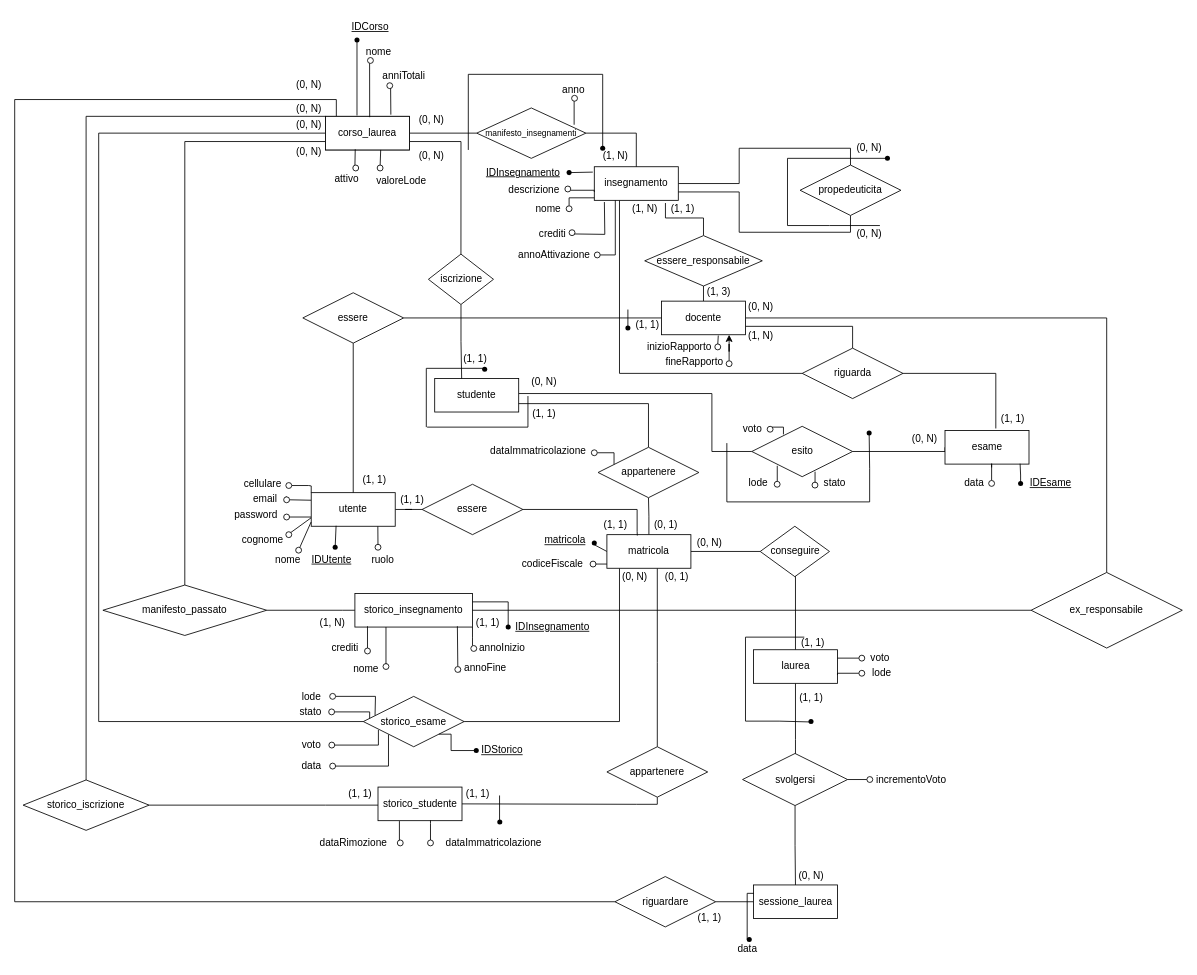
Above: page "ER Ristrutturato" (2 of 3) of uni.drawio in michelebolis/UniversityExamSystem (draw.io), before the change. Source tidied: cells renumbered, new cells numbered last; positions are measured from the earlier drawing's top-left corner, leaving out a move shared by most shapes. Both pictures are drawn from the tidied source at 84%, with x=0, y=0 at pixel (14, 14).
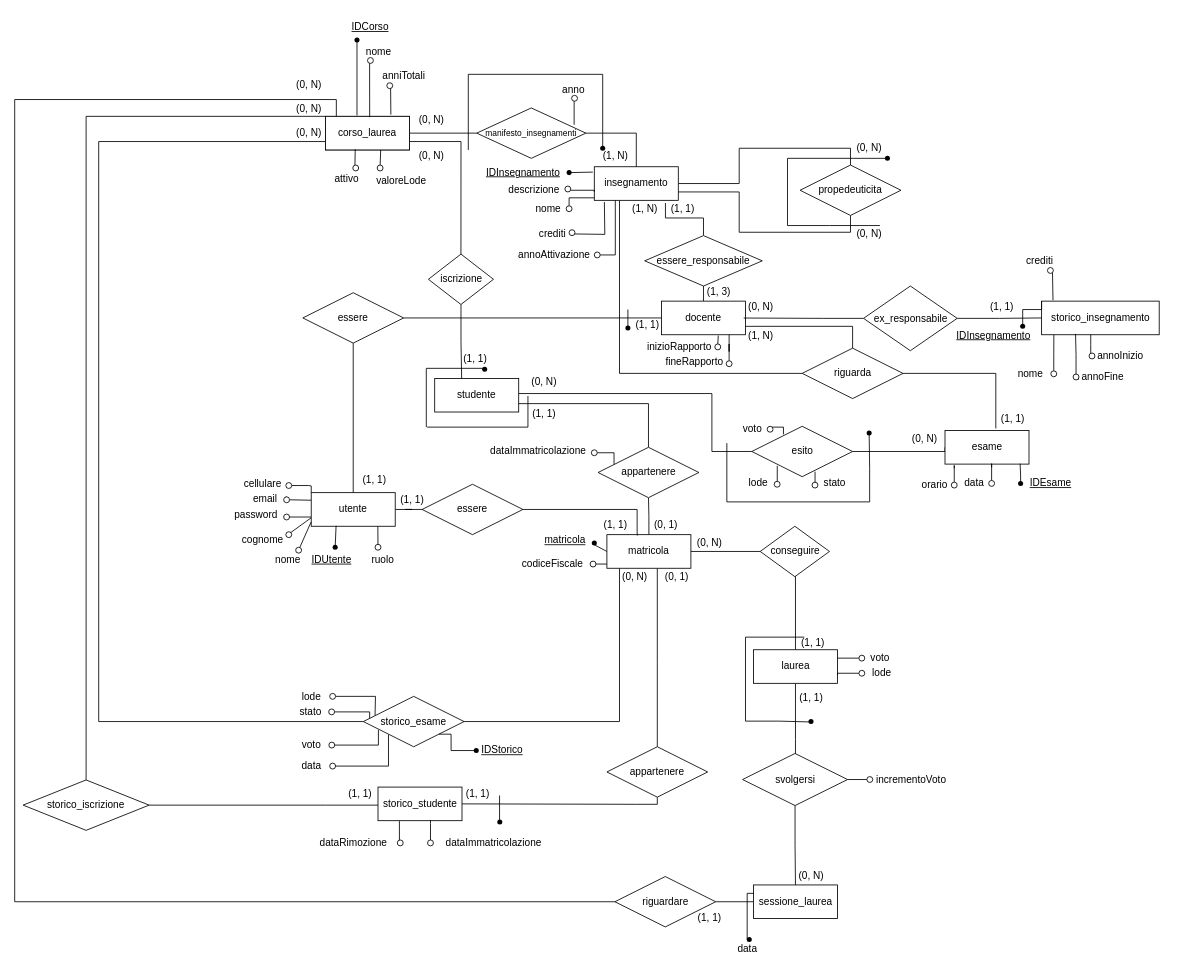
Above is the later version.

Unchanged cells that the change refers to:
```xml
<mxCell id="9" value="docente" style="whiteSpace=wrap;html=1;align=center;" parent="1" vertex="1">
  <mxGeometry x="770" y="341" width="100" height="40" as="geometry" />
</mxCell>
<mxCell id="13" value="Corso_Laurea" style="whiteSpace=wrap;html=1;align=center;" parent="1" vertex="1">
  <mxGeometry x="370" y="121" width="100" height="40" as="geometry" />
</mxCell>
<mxCell id="31" value="riguarda" style="shape=rhombus;perimeter=rhombusPerimeter;whiteSpace=wrap;html=1;align=center;" parent="1" vertex="1">
  <mxGeometry x="937.5" y="397" width="120" height="60" as="geometry" />
</mxCell>
<mxCell id="45" value="storico_esame" style="shape=rhombus;perimeter=rhombusPerimeter;whiteSpace=wrap;html=1;align=center;" parent="1" vertex="1">
  <mxGeometry x="415" y="811.5" width="120" height="60" as="geometry" />
</mxCell>
<mxCell id="109" value="(0, N)" style="text;html=1;align=center;verticalAlign=middle;points=[];strokeColor=none;fillColor=none;" parent="1" vertex="1">
  <mxGeometry x="863" y="333" width="50" height="30" as="geometry" />
</mxCell>
<mxCell id="143" value="corso_laurea" style="whiteSpace=wrap;html=1;align=center;" parent="1" vertex="1">
  <mxGeometry x="370" y="121" width="100" height="40" as="geometry" />
</mxCell>
<mxCell id="262" style="ellipse;whiteSpace=wrap;html=1;" parent="1" vertex="1">
  <mxGeometry x="847" y="412" width="7" height="7" as="geometry" />
</mxCell>
```

What changed in the source:
```diff
@@
-    <mxCell id="7" style="edgeStyle=orthogonalEdgeStyle;rounded=0;jettySize=auto;html=1;entryX=0.5;entryY=0;entryDx=0;entryDy=0;endArrow=none;endFill=0;" parent="1" edge="1" source="9" target="43">
-      <mxGeometry relative="1" as="geometry" />
-    </mxCell>
     <mxCell id="8" style="edgeStyle=orthogonalEdgeStyle;rounded=0;jettySize=auto;html=1;entryX=0.5;entryY=0;entryDx=0;entryDy=0;endArrow=none;endFill=0;" parent="1" edge="1" source="9" target="31">
       <mxGeometry relative="1" as="geometry">
         <Array as="points">
-          <mxPoint x="998" y="371" />
+          <mxPoint x="997" y="371" />
         </Array>
       </mxGeometry>
     </mxCell>
@@
-    <mxCell id="12" style="edgeStyle=orthogonalEdgeStyle;rounded=0;jettySize=auto;html=1;endArrow=none;endFill=0;exitX=0;exitY=0.75;exitDx=0;exitDy=0;" parent="1" edge="1" source="13" target="46">
-      <mxGeometry relative="1" as="geometry" />
-    </mxCell>
@@
-    <mxCell id="36" style="edgeStyle=orthogonalEdgeStyle;rounded=0;jettySize=auto;html=1;entryX=1;entryY=0.5;entryDx=0;entryDy=0;exitX=0;exitY=0.5;exitDx=0;exitDy=0;endArrow=none;endFill=0;" parent="1" edge="1" source="37" target="46">
-      <mxGeometry relative="1" as="geometry">
-        <Array as="points">
-          <mxPoint x="390" y="709" />
-          <mxPoint x="390" y="709" />
-        </Array>
-      </mxGeometry>
-    </mxCell>
-    <mxCell id="37" value="storico_insegnamento" style="whiteSpace=wrap;html=1;align=center;" parent="1" vertex="1">
-      <mxGeometry x="405" y="689" width="140" height="40" as="geometry" />
-    </mxCell>
@@
-    <mxCell id="42" style="edgeStyle=orthogonalEdgeStyle;rounded=0;jettySize=auto;html=1;entryX=1;entryY=0.5;entryDx=0;entryDy=0;endArrow=none;endFill=0;" parent="1" edge="1" source="43" target="37">
-      <mxGeometry relative="1" as="geometry" />
-    </mxCell>
-    <mxCell id="43" value="ex_responsabile" style="shape=rhombus;perimeter=rhombusPerimeter;whiteSpace=wrap;html=1;align=center;" parent="1" vertex="1">
-      <mxGeometry x="1210" y="664" width="180" height="90" as="geometry" />
-    </mxCell>
@@
-    <mxCell id="46" value="manifesto_passato" style="shape=rhombus;perimeter=rhombusPerimeter;whiteSpace=wrap;html=1;align=center;" parent="1" vertex="1">
-      <mxGeometry x="105" y="679" width="195" height="60" as="geometry" />
-    </mxCell>
@@
-    <mxCell id="49" value="(0, N)" style="text;html=1;align=center;verticalAlign=middle;strokeColor=none;fillColor=none;" parent="1" vertex="1">
-      <mxGeometry x="325" y="149" width="50" height="30" as="geometry" />
-    </mxCell>
-    <mxCell id="50" value="(1, N)" style="text;html=1;align=center;verticalAlign=middle;strokeColor=none;fillColor=none;" parent="1" vertex="1">
-      <mxGeometry x="352.5" y="709" width="50" height="30" as="geometry" />
-    </mxCell>
@@
-    <mxCell id="63" value="(1, 1)" style="text;html=1;align=center;verticalAlign=middle;strokeColor=none;fillColor=none;" parent="1" vertex="1">
-      <mxGeometry x="537.5" y="709" width="50" height="30" as="geometry" />
-    </mxCell>
-    <mxCell id="64" value="IDInsegnamento" style="text;html=1;align=center;verticalAlign=middle;strokeColor=none;fillColor=none;fontStyle=4;" parent="1" vertex="1">
-      <mxGeometry x="585" y="714" width="110" height="30" as="geometry" />
-    </mxCell>
-    <mxCell id="65" style="edgeStyle=orthogonalEdgeStyle;rounded=0;jettySize=auto;html=1;entryX=1;entryY=0.25;entryDx=0;entryDy=0;endArrow=none;endFill=0;" parent="1" edge="1" source="66" target="37">
-      <mxGeometry relative="1" as="geometry">
-        <Array as="points">
-          <mxPoint x="587.5" y="699" />
-        </Array>
-      </mxGeometry>
-    </mxCell>
-    <mxCell id="66" style="shape=waypoint;sketch=0;size=6;points=[];fillColor=none;perimeter=centerPerimeter;snapToPoint=1;" parent="1" vertex="1">
-      <mxGeometry x="577.5" y="719" width="20" height="20" as="geometry" />
-    </mxCell>
@@
     <mxCell id="142" style="edgeStyle=orthogonalEdgeStyle;rounded=0;jettySize=auto;html=1;entryX=0;entryY=0.5;entryDx=0;entryDy=0;endArrow=none;endFill=0;" parent="1" edge="1" source="143" target="45">
       <mxGeometry relative="1" as="geometry">
         <Array as="points">
-          <mxPoint x="100" y="141" />
-          <mxPoint x="100" y="841" />
+          <mxPoint x="100" y="151" />
+          <mxPoint x="100" y="842" />
         </Array>
       </mxGeometry>
     </mxCell>
@@
-    <mxCell id="221" value="annoInizio" style="text;html=1;align=center;verticalAlign=middle;strokeColor=none;fillColor=none;" parent="1" vertex="1">
-      <mxGeometry x="540" y="739" width="80" height="30" as="geometry" />
-    </mxCell>
-    <mxCell id="222" value="annoFine" style="text;html=1;align=center;verticalAlign=middle;strokeColor=none;fillColor=none;" parent="1" vertex="1">
-      <mxGeometry x="524.5" y="762.5" width="70" height="30" as="geometry" />
-    </mxCell>
-    <mxCell id="223" value="nome" style="text;html=1;align=center;verticalAlign=middle;strokeColor=none;fillColor=none;" parent="1" vertex="1">
-      <mxGeometry x="392.5" y="764" width="50" height="30" as="geometry" />
-    </mxCell>
-    <mxCell id="224" value="crediti" style="text;html=1;align=center;verticalAlign=middle;strokeColor=none;fillColor=none;" parent="1" vertex="1">
-      <mxGeometry x="362.5" y="739" width="60" height="30" as="geometry" />
-    </mxCell>
-    <mxCell id="225" style="edgeStyle=orthogonalEdgeStyle;rounded=0;jettySize=auto;html=1;entryX=1;entryY=1;entryDx=0;entryDy=0;endArrow=none;endFill=0;" parent="1" edge="1" source="229">
-      <mxGeometry relative="1" as="geometry">
-        <mxPoint x="545" y="729" as="targetPoint" />
-        <Array as="points">
-          <mxPoint x="545" y="741" />
-          <mxPoint x="545" y="741" />
-        </Array>
-      </mxGeometry>
-    </mxCell>
-    <mxCell id="226" style="edgeStyle=orthogonalEdgeStyle;rounded=0;jettySize=auto;html=1;entryX=0.871;entryY=0.981;entryDx=0;entryDy=0;entryPerimeter=0;endArrow=none;endFill=0;" parent="1" edge="1" source="231">
-      <mxGeometry relative="1" as="geometry">
-        <mxPoint x="527" y="728" as="targetPoint" />
-      </mxGeometry>
-    </mxCell>
-    <mxCell id="227" style="edgeStyle=orthogonalEdgeStyle;rounded=0;orthogonalLoop=1;jettySize=auto;html=1;entryX=0.104;entryY=0.981;entryDx=0;entryDy=0;entryPerimeter=0;endArrow=none;endFill=0;" parent="1" edge="1">
-      <mxGeometry relative="1" as="geometry">
-        <mxPoint x="420" y="754" as="sourcePoint" />
-        <mxPoint x="420" y="728" as="targetPoint" />
-      </mxGeometry>
-    </mxCell>
-    <mxCell id="228" style="edgeStyle=orthogonalEdgeStyle;rounded=0;jettySize=auto;html=1;entryX=1;entryY=1;entryDx=0;entryDy=0;endArrow=none;endFill=0;" parent="1" edge="1" target="229">
-      <mxGeometry relative="1" as="geometry">
-        <mxPoint x="545" y="754" as="sourcePoint" />
-      </mxGeometry>
-    </mxCell>
-    <mxCell id="229" style="ellipse;whiteSpace=wrap;html=1;" parent="1" vertex="1">
-      <mxGeometry x="543" y="751" width="7" height="7" as="geometry" />
-    </mxCell>
-    <mxCell id="230" style="edgeStyle=orthogonalEdgeStyle;rounded=0;jettySize=auto;html=1;entryX=0.871;entryY=0.981;entryDx=0;entryDy=0;entryPerimeter=0;endArrow=none;endFill=0;" parent="1" edge="1" target="231">
-      <mxGeometry relative="1" as="geometry">
-        <mxPoint x="527.5" y="779" as="sourcePoint" />
-      </mxGeometry>
-    </mxCell>
-    <mxCell id="231" style="ellipse;whiteSpace=wrap;html=1;" parent="1" vertex="1">
-      <mxGeometry x="524" y="776" width="7" height="7" as="geometry" />
-    </mxCell>
-    <mxCell id="232" style="ellipse;whiteSpace=wrap;html=1;" parent="1" vertex="1">
-      <mxGeometry x="438.5" y="772.5" width="7" height="7" as="geometry" />
-    </mxCell>
-    <mxCell id="233" style="ellipse;whiteSpace=wrap;html=1;" parent="1" vertex="1">
-      <mxGeometry x="416.5" y="754" width="7" height="7" as="geometry" />
-    </mxCell>
@@
-    <mxCell id="252" style="edgeStyle=orthogonalEdgeStyle;rounded=0;orthogonalLoop=1;jettySize=auto;html=1;endArrow=none;endFill=0;entryX=0.265;entryY=1.012;entryDx=0;entryDy=0;entryPerimeter=0;" parent="1" edge="1">
-      <mxGeometry relative="1" as="geometry">
-        <mxPoint x="442" y="773" as="sourcePoint" />
-        <mxPoint x="442" y="729" as="targetPoint" />
-      </mxGeometry>
-    </mxCell>
@@
     <mxCell id="257" value="(0, N)" style="text;html=1;align=center;verticalAlign=middle;strokeColor=none;fillColor=none;" parent="1" vertex="1">
-      <mxGeometry x="325" y="116" width="50" height="30" as="geometry" />
+      <mxGeometry x="325" y="126" width="50" height="30" as="geometry" />
     </mxCell>
@@
-    <mxCell id="261" style="edgeStyle=orthogonalEdgeStyle;rounded=0;jettySize=auto;html=1;entryX=0.805;entryY=1;entryDx=0;entryDy=0;entryPerimeter=0;" parent="1" edge="1" source="262" target="9">
+    <mxCell id="261" style="edgeStyle=orthogonalEdgeStyle;rounded=0;jettySize=auto;html=1;entryX=0.805;entryY=1;entryDx=0;entryDy=0;entryPerimeter=0;endArrow=none;endFill=0;" parent="1" edge="1" source="262" target="9">
       <mxGeometry relative="1" as="geometry" />
     </mxCell>
@@
+    <mxCell id="37" value="storico_insegnamento" style="whiteSpace=wrap;html=1;align=center;" parent="1" vertex="1">
+      <mxGeometry x="1222.5" y="341" width="140" height="40" as="geometry" />
+    </mxCell>
+    <mxCell id="42" style="edgeStyle=orthogonalEdgeStyle;rounded=0;jettySize=auto;html=1;endArrow=none;endFill=0;" parent="1" edge="1" source="43" target="37">
+      <mxGeometry relative="1" as="geometry" />
+    </mxCell>
+    <mxCell id="266" style="edgeStyle=orthogonalEdgeStyle;rounded=0;jettySize=auto;html=1;entryX=0.097;entryY=0.937;entryDx=0;entryDy=0;entryPerimeter=0;endArrow=none;endFill=0;" parent="1" edge="1" source="43" target="109">
+      <mxGeometry relative="1" as="geometry" />
+    </mxCell>
+    <mxCell id="43" value="ex_responsabile" style="shape=rhombus;perimeter=rhombusPerimeter;whiteSpace=wrap;html=1;align=center;" parent="1" vertex="1">
+      <mxGeometry x="1010.5" y="323" width="111.5" height="77" as="geometry" />
+    </mxCell>
+    <mxCell id="221" value="annoInizio" style="text;html=1;align=center;verticalAlign=middle;strokeColor=none;fillColor=none;" parent="1" vertex="1">
+      <mxGeometry x="1276" y="390.8" width="80" height="30" as="geometry" />
+    </mxCell>
+    <mxCell id="222" value="annoFine" style="text;html=1;align=center;verticalAlign=middle;strokeColor=none;fillColor=none;" parent="1" vertex="1">
+      <mxGeometry x="1260" y="416.3" width="70" height="30" as="geometry" />
+    </mxCell>
+    <mxCell id="63" value="(1, 1)" style="text;html=1;align=center;verticalAlign=middle;strokeColor=none;fillColor=none;" parent="1" vertex="1">
+      <mxGeometry x="1150" y="333" width="50" height="30" as="geometry" />
+    </mxCell>
+    <mxCell id="64" value="IDInsegnamento" style="text;html=1;align=center;verticalAlign=middle;strokeColor=none;fillColor=none;fontStyle=4;" parent="1" vertex="1">
+      <mxGeometry x="1110" y="367" width="110" height="30" as="geometry" />
+    </mxCell>
+    <mxCell id="267" style="edgeStyle=orthogonalEdgeStyle;rounded=0;jettySize=auto;html=1;entryX=0;entryY=0;entryDx=0;entryDy=0;endArrow=none;endFill=0;" parent="1" edge="1" target="37">
+      <mxGeometry relative="1" as="geometry">
+        <mxPoint x="1200" y="371" as="sourcePoint" />
+        <Array as="points">
+          <mxPoint x="1200" y="351" />
+          <mxPoint x="1223" y="351" />
+        </Array>
+      </mxGeometry>
+    </mxCell>
+    <mxCell id="268" style="shape=waypoint;sketch=0;size=6;fillColor=none;perimeter=centerPerimeter;" parent="1" vertex="1">
+      <mxGeometry x="1190" y="361" width="20" height="20" as="geometry" />
+    </mxCell>
+    <mxCell id="223" value="nome" style="text;html=1;align=center;verticalAlign=middle;strokeColor=none;fillColor=none;" parent="1" vertex="1">
+      <mxGeometry x="1183.5" y="412.5" width="50" height="30" as="geometry" />
+    </mxCell>
+    <mxCell id="224" value="crediti" style="text;html=1;align=center;verticalAlign=middle;strokeColor=none;fillColor=none;" parent="1" vertex="1">
+      <mxGeometry x="1190" y="278" width="60" height="30" as="geometry" />
+    </mxCell>
+    <mxCell id="269" style="edgeStyle=orthogonalEdgeStyle;rounded=0;jettySize=auto;html=1;entryX=1;entryY=1;entryDx=0;entryDy=0;endArrow=none;endFill=0;" parent="1" edge="1" source="273">
+      <mxGeometry relative="1" as="geometry">
+        <mxPoint x="1281" y="380.8" as="targetPoint" />
+        <Array as="points">
+          <mxPoint x="1281" y="392.8" />
+          <mxPoint x="1281" y="392.8" />
+        </Array>
+      </mxGeometry>
+    </mxCell>
+    <mxCell id="270" style="edgeStyle=orthogonalEdgeStyle;rounded=0;jettySize=auto;html=1;entryX=0.871;entryY=0.981;entryDx=0;entryDy=0;entryPerimeter=0;endArrow=none;endFill=0;" parent="1" edge="1" source="275">
+      <mxGeometry relative="1" as="geometry">
+        <mxPoint x="1262.9" y="380" as="targetPoint" />
+      </mxGeometry>
+    </mxCell>
+    <mxCell id="271" style="edgeStyle=orthogonalEdgeStyle;rounded=0;jettySize=auto;html=1;entryX=0.097;entryY=-0.023;entryDx=0;entryDy=0;entryPerimeter=0;endArrow=none;endFill=0;exitX=1;exitY=1;exitDx=0;exitDy=0;" parent="1" edge="1" source="278" target="37">
+      <mxGeometry relative="1" as="geometry" />
+    </mxCell>
+    <mxCell id="272" style="edgeStyle=orthogonalEdgeStyle;rounded=0;jettySize=auto;html=1;entryX=1;entryY=1;entryDx=0;entryDy=0;endArrow=none;endFill=0;" parent="1" edge="1" target="273">
+      <mxGeometry relative="1" as="geometry">
+        <mxPoint x="1281" y="405.8" as="sourcePoint" />
+      </mxGeometry>
+    </mxCell>
+    <mxCell id="273" style="ellipse;whiteSpace=wrap;html=1;" parent="1" vertex="1">
+      <mxGeometry x="1279" y="402.8" width="7" height="7" as="geometry" />
+    </mxCell>
+    <mxCell id="274" style="edgeStyle=orthogonalEdgeStyle;rounded=0;jettySize=auto;html=1;entryX=0.871;entryY=0.981;entryDx=0;entryDy=0;entryPerimeter=0;endArrow=none;endFill=0;" parent="1" edge="1" target="275">
+      <mxGeometry relative="1" as="geometry">
+        <mxPoint x="1263.5" y="430.8" as="sourcePoint" />
+      </mxGeometry>
+    </mxCell>
+    <mxCell id="275" style="ellipse;whiteSpace=wrap;html=1;" parent="1" vertex="1">
+      <mxGeometry x="1260" y="427.8" width="7" height="7" as="geometry" />
+    </mxCell>
+    <mxCell id="276" style="edgeStyle=orthogonalEdgeStyle;rounded=0;jettySize=auto;html=1;endArrow=none;endFill=0;entryX=0.265;entryY=1.012;entryDx=0;entryDy=0;entryPerimeter=0;" parent="1" edge="1" source="277">
+      <mxGeometry relative="1" as="geometry">
+        <mxPoint x="1237.1" y="381" as="targetPoint" />
+      </mxGeometry>
+    </mxCell>
+    <mxCell id="277" style="ellipse;whiteSpace=wrap;html=1;" parent="1" vertex="1">
+      <mxGeometry x="1233.5" y="424" width="7" height="7" as="geometry" />
+    </mxCell>
+    <mxCell id="278" style="ellipse;whiteSpace=wrap;html=1;" parent="1" vertex="1">
+      <mxGeometry x="1229.5" y="301" width="7" height="7" as="geometry" />
+    </mxCell>
+    <mxCell id="279" value="orario" style="text;html=1;align=center;verticalAlign=middle;strokeColor=none;fillColor=none;" parent="1" vertex="1">
+      <mxGeometry x="1070" y="545" width="50" height="30" as="geometry" />
+    </mxCell>
+    <mxCell id="280" style="edgeStyle=orthogonalEdgeStyle;rounded=0;jettySize=auto;html=1;endArrow=none;endFill=0;" parent="1" edge="1" source="281">
+      <mxGeometry relative="1" as="geometry">
+        <mxPoint x="1118.5" y="540" as="targetPoint" />
+      </mxGeometry>
+    </mxCell>
+    <mxCell id="281" style="ellipse;whiteSpace=wrap;html=1;" parent="1" vertex="1">
+      <mxGeometry x="1115" y="556.5" width="7" height="7" as="geometry" />
+    </mxCell>
```
